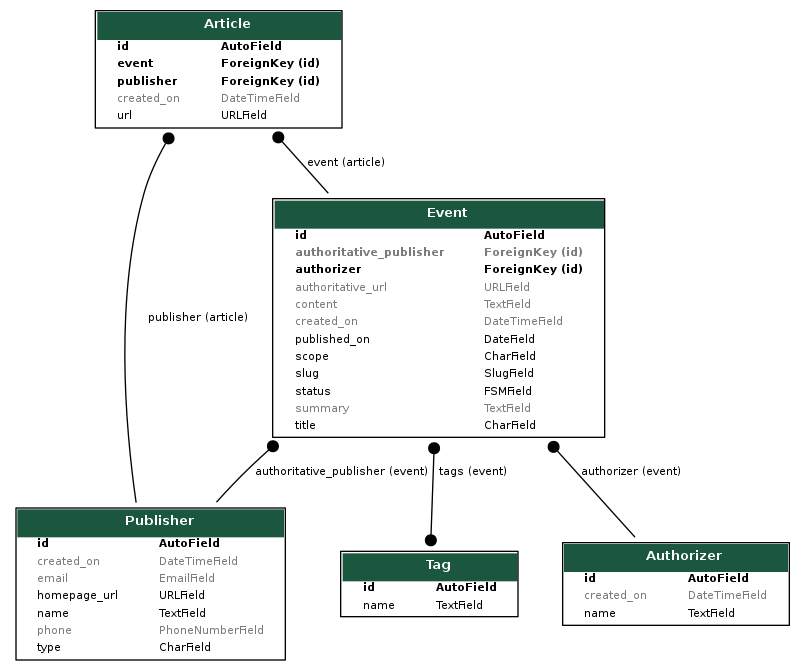
Before: erd.png, a diagram exported from Graphviz (rzwink/ohioready-api). Its source is kept beside it as erd.dot. Its diagram source:
```dot
digraph model_graph {

  fontname = "Roboto"
  fontsize = 8
  splines  = true

  node [
    fontname = "Roboto"
    fontsize = 8
    shape = "plaintext"
  ]

  edge [
    fontname = "Roboto"
    fontsize = 8
  ]



  api_models_article_Article [label=<
    <TABLE BGCOLOR="white" BORDER="1" CELLBORDER="0" CELLSPACING="0">
    <TR><TD COLSPAN="2" CELLPADDING="5" ALIGN="CENTER" BGCOLOR="#1b563f">
    <FONT FACE="Roboto" COLOR="white" POINT-SIZE="10"><B>
    Article
    </B></FONT></TD></TR>


    <TR><TD ALIGN="LEFT" BORDER="0">
    <FONT FACE="Roboto"><B>id</B></FONT>
    </TD><TD ALIGN="LEFT">
    <FONT FACE="Roboto"><B>AutoField</B></FONT>
    </TD></TR>



    <TR><TD ALIGN="LEFT" BORDER="0">
    <FONT FACE="Roboto"><B>event</B></FONT>
    </TD><TD ALIGN="LEFT">
    <FONT FACE="Roboto"><B>ForeignKey (id)</B></FONT>
    </TD></TR>



    <TR><TD ALIGN="LEFT" BORDER="0">
    <FONT FACE="Roboto"><B>publisher</B></FONT>
    </TD><TD ALIGN="LEFT">
    <FONT FACE="Roboto"><B>ForeignKey (id)</B></FONT>
    </TD></TR>



    <TR><TD ALIGN="LEFT" BORDER="0">
    <FONT COLOR="#7B7B7B" FACE="Roboto">created_on</FONT>
    </TD><TD ALIGN="LEFT">
    <FONT COLOR="#7B7B7B" FACE="Roboto">DateTimeField</FONT>
    </TD></TR>



    <TR><TD ALIGN="LEFT" BORDER="0">
    <FONT FACE="Roboto">url</FONT>
    </TD><TD ALIGN="LEFT">
    <FONT FACE="Roboto">URLField</FONT>
    </TD></TR>


    </TABLE>
    >]

  api_models_authorizer_Authorizer [label=<
    <TABLE BGCOLOR="white" BORDER="1" CELLBORDER="0" CELLSPACING="0">
    <TR><TD COLSPAN="2" CELLPADDING="5" ALIGN="CENTER" BGCOLOR="#1b563f">
    <FONT FACE="Roboto" COLOR="white" POINT-SIZE="10"><B>
    Authorizer
    </B></FONT></TD></TR>


    <TR><TD ALIGN="LEFT" BORDER="0">
    <FONT FACE="Roboto"><B>id</B></FONT>
    </TD><TD ALIGN="LEFT">
    <FONT FACE="Roboto"><B>AutoField</B></FONT>
    </TD></TR>



    <TR><TD ALIGN="LEFT" BORDER="0">
    <FONT COLOR="#7B7B7B" FACE="Roboto">created_on</FONT>
    </TD><TD ALIGN="LEFT">
    <FONT COLOR="#7B7B7B" FACE="Roboto">DateTimeField</FONT>
    </TD></TR>



    <TR><TD ALIGN="LEFT" BORDER="0">
    <FONT FACE="Roboto">name</FONT>
    </TD><TD ALIGN="LEFT">
    <FONT FACE="Roboto">TextField</FONT>
    </TD></TR>


    </TABLE>
    >]

  api_models_event_Event [label=<
    <TABLE BGCOLOR="white" BORDER="1" CELLBORDER="0" CELLSPACING="0">
    <TR><TD COLSPAN="2" CELLPADDING="5" ALIGN="CENTER" BGCOLOR="#1b563f">
    <FONT FACE="Roboto" COLOR="white" POINT-SIZE="10"><B>
    Event
    </B></FONT></TD></TR>


    <TR><TD ALIGN="LEFT" BORDER="0">
    <FONT FACE="Roboto"><B>id</B></FONT>
    </TD><TD ALIGN="LEFT">
    <FONT FACE="Roboto"><B>AutoField</B></FONT>
    </TD></TR>



    <TR><TD ALIGN="LEFT" BORDER="0">
    <FONT COLOR="#7B7B7B" FACE="Roboto"><B>authoritative_publisher</B></FONT>
    </TD><TD ALIGN="LEFT">
    <FONT COLOR="#7B7B7B" FACE="Roboto"><B>ForeignKey (id)</B></FONT>
    </TD></TR>



    <TR><TD ALIGN="LEFT" BORDER="0">
    <FONT FACE="Roboto"><B>authorizer</B></FONT>
    </TD><TD ALIGN="LEFT">
    <FONT FACE="Roboto"><B>ForeignKey (id)</B></FONT>
    </TD></TR>



    <TR><TD ALIGN="LEFT" BORDER="0">
    <FONT COLOR="#7B7B7B" FACE="Roboto">authoritative_url</FONT>
    </TD><TD ALIGN="LEFT">
    <FONT COLOR="#7B7B7B" FACE="Roboto">URLField</FONT>
    </TD></TR>



    <TR><TD ALIGN="LEFT" BORDER="0">
    <FONT COLOR="#7B7B7B" FACE="Roboto">content</FONT>
    </TD><TD ALIGN="LEFT">
    <FONT COLOR="#7B7B7B" FACE="Roboto">TextField</FONT>
    </TD></TR>



    <TR><TD ALIGN="LEFT" BORDER="0">
    <FONT COLOR="#7B7B7B" FACE="Roboto">created_on</FONT>
    </TD><TD ALIGN="LEFT">
    <FONT COLOR="#7B7B7B" FACE="Roboto">DateTimeField</FONT>
    </TD></TR>



    <TR><TD ALIGN="LEFT" BORDER="0">
    <FONT FACE="Roboto">published_on</FONT>
    </TD><TD ALIGN="LEFT">
    <FONT FACE="Roboto">DateField</FONT>
    </TD></TR>



    <TR><TD ALIGN="LEFT" BORDER="0">
    <FONT FACE="Roboto">scope</FONT>
    </TD><TD ALIGN="LEFT">
    <FONT FACE="Roboto">CharField</FONT>
    </TD></TR>



    <TR><TD ALIGN="LEFT" BORDER="0">
    <FONT FACE="Roboto">slug</FONT>
    </TD><TD ALIGN="LEFT">
    <FONT FACE="Roboto">SlugField</FONT>
    </TD></TR>



    <TR><TD ALIGN="LEFT" BORDER="0">
    <FONT FACE="Roboto">status</FONT>
    </TD><TD ALIGN="LEFT">
    <FONT FACE="Roboto">FSMField</FONT>
    </TD></TR>



    <TR><TD ALIGN="LEFT" BORDER="0">
    <FONT COLOR="#7B7B7B" FACE="Roboto">summary</FONT>
    </TD><TD ALIGN="LEFT">
    <FONT COLOR="#7B7B7B" FACE="Roboto">TextField</FONT>
    </TD></TR>



    <TR><TD ALIGN="LEFT" BORDER="0">
    <FONT FACE="Roboto">title</FONT>
    </TD><TD ALIGN="LEFT">
    <FONT FACE="Roboto">CharField</FONT>
    </TD></TR>


    </TABLE>
    >]

  api_models_publisher_Publisher [label=<
    <TABLE BGCOLOR="white" BORDER="1" CELLBORDER="0" CELLSPACING="0">
    <TR><TD COLSPAN="2" CELLPADDING="5" ALIGN="CENTER" BGCOLOR="#1b563f">
    <FONT FACE="Roboto" COLOR="white" POINT-SIZE="10"><B>
    Publisher
    </B></FONT></TD></TR>


    <TR><TD ALIGN="LEFT" BORDER="0">
    <FONT FACE="Roboto"><B>id</B></FONT>
    </TD><TD ALIGN="LEFT">
    <FONT FACE="Roboto"><B>AutoField</B></FONT>
    </TD></TR>



    <TR><TD ALIGN="LEFT" BORDER="0">
    <FONT COLOR="#7B7B7B" FACE="Roboto">created_on</FONT>
    </TD><TD ALIGN="LEFT">
    <FONT COLOR="#7B7B7B" FACE="Roboto">DateTimeField</FONT>
    </TD></TR>



    <TR><TD ALIGN="LEFT" BORDER="0">
    <FONT COLOR="#7B7B7B" FACE="Roboto">email</FONT>
    </TD><TD ALIGN="LEFT">
    <FONT COLOR="#7B7B7B" FACE="Roboto">EmailField</FONT>
    </TD></TR>



    <TR><TD ALIGN="LEFT" BORDER="0">
    <FONT FACE="Roboto">homepage_url</FONT>
    </TD><TD ALIGN="LEFT">
    <FONT FACE="Roboto">URLField</FONT>
    </TD></TR>



    <TR><TD ALIGN="LEFT" BORDER="0">
    <FONT FACE="Roboto">name</FONT>
    </TD><TD ALIGN="LEFT">
    <FONT FACE="Roboto">TextField</FONT>
    </TD></TR>



    <TR><TD ALIGN="LEFT" BORDER="0">
    <FONT COLOR="#7B7B7B" FACE="Roboto">phone</FONT>
    </TD><TD ALIGN="LEFT">
    <FONT COLOR="#7B7B7B" FACE="Roboto">PhoneNumberField</FONT>
    </TD></TR>



    <TR><TD ALIGN="LEFT" BORDER="0">
    <FONT FACE="Roboto">type</FONT>
    </TD><TD ALIGN="LEFT">
    <FONT FACE="Roboto">CharField</FONT>
    </TD></TR>


    </TABLE>
    >]

  api_models_tag_Tag [label=<
    <TABLE BGCOLOR="white" BORDER="1" CELLBORDER="0" CELLSPACING="0">
    <TR><TD COLSPAN="2" CELLPADDING="5" ALIGN="CENTER" BGCOLOR="#1b563f">
    <FONT FACE="Roboto" COLOR="white" POINT-SIZE="10"><B>
    Tag
    </B></FONT></TD></TR>


    <TR><TD ALIGN="LEFT" BORDER="0">
    <FONT FACE="Roboto"><B>id</B></FONT>
    </TD><TD ALIGN="LEFT">
    <FONT FACE="Roboto"><B>AutoField</B></FONT>
    </TD></TR>



    <TR><TD ALIGN="LEFT" BORDER="0">
    <FONT FACE="Roboto">name</FONT>
    </TD><TD ALIGN="LEFT">
    <FONT FACE="Roboto">TextField</FONT>
    </TD></TR>


    </TABLE>
    >]





  api_models_article_Article -> api_models_publisher_Publisher
  [label=" publisher (article)"] [arrowhead=none, arrowtail=dot, dir=both];

  api_models_article_Article -> api_models_event_Event
  [label=" event (article)"] [arrowhead=none, arrowtail=dot, dir=both];

  api_models_event_Event -> api_models_publisher_Publisher
  [label=" authoritative_publisher (event)"] [arrowhead=none, arrowtail=dot, dir=both];

  api_models_event_Event -> api_models_authorizer_Authorizer
  [label=" authorizer (event)"] [arrowhead=none, arrowtail=dot, dir=both];

  api_models_event_Event -> api_models_tag_Tag
  [label=" tags (event)"] [arrowhead=dot arrowtail=dot, dir=both];


}
```
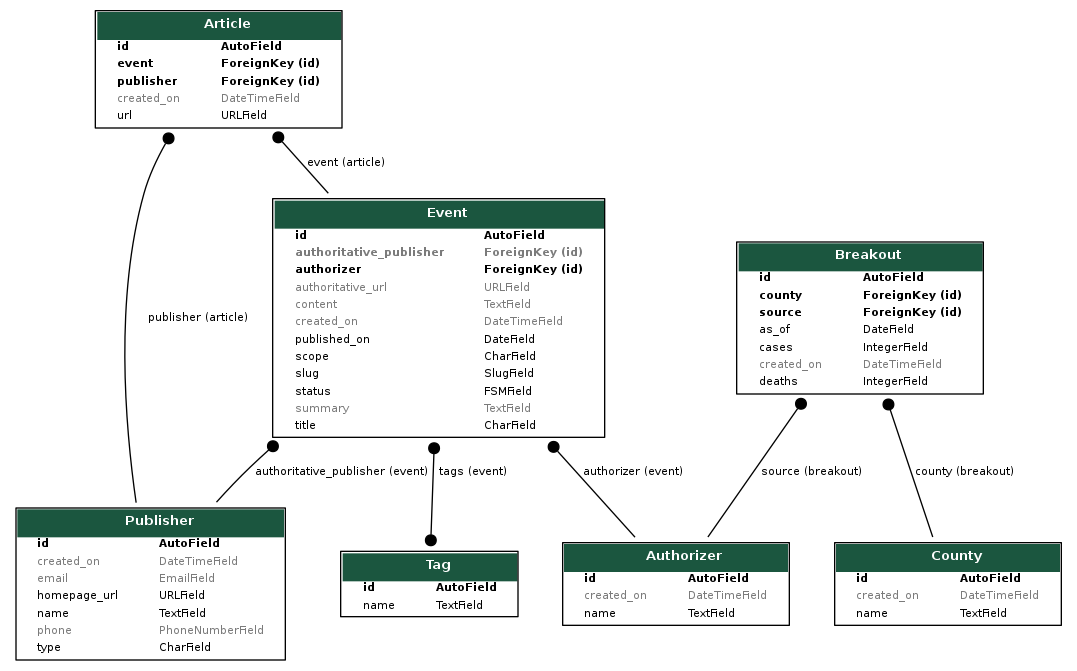
Above is the later version.

What changed in the source:
```diff
@@ -72,6 +72,106 @@
     <TR><TD COLSPAN="2" CELLPADDING="5" ALIGN="CENTER" BGCOLOR="#1b563f">
     <FONT FACE="Roboto" COLOR="white" POINT-SIZE="10"><B>
     Authorizer
+    </B></FONT></TD></TR>
+
+
+    <TR><TD ALIGN="LEFT" BORDER="0">
+    <FONT FACE="Roboto"><B>id</B></FONT>
+    </TD><TD ALIGN="LEFT">
+    <FONT FACE="Roboto"><B>AutoField</B></FONT>
+    </TD></TR>
+
+
+
+    <TR><TD ALIGN="LEFT" BORDER="0">
+    <FONT COLOR="#7B7B7B" FACE="Roboto">created_on</FONT>
+    </TD><TD ALIGN="LEFT">
+    <FONT COLOR="#7B7B7B" FACE="Roboto">DateTimeField</FONT>
+    </TD></TR>
+
+
+
+    <TR><TD ALIGN="LEFT" BORDER="0">
+    <FONT FACE="Roboto">name</FONT>
+    </TD><TD ALIGN="LEFT">
+    <FONT FACE="Roboto">TextField</FONT>
+    </TD></TR>
+
+
+    </TABLE>
+    >]
+
+  api_models_breakout_Breakout [label=<
+    <TABLE BGCOLOR="white" BORDER="1" CELLBORDER="0" CELLSPACING="0">
+    <TR><TD COLSPAN="2" CELLPADDING="5" ALIGN="CENTER" BGCOLOR="#1b563f">
+    <FONT FACE="Roboto" COLOR="white" POINT-SIZE="10"><B>
+    Breakout
+    </B></FONT></TD></TR>
+
+
+    <TR><TD ALIGN="LEFT" BORDER="0">
+    <FONT FACE="Roboto"><B>id</B></FONT>
+    </TD><TD ALIGN="LEFT">
+    <FONT FACE="Roboto"><B>AutoField</B></FONT>
+    </TD></TR>
+
+
+
+    <TR><TD ALIGN="LEFT" BORDER="0">
+    <FONT FACE="Roboto"><B>county</B></FONT>
+    </TD><TD ALIGN="LEFT">
+    <FONT FACE="Roboto"><B>ForeignKey (id)</B></FONT>
+    </TD></TR>
+
+
+
+    <TR><TD ALIGN="LEFT" BORDER="0">
+    <FONT FACE="Roboto"><B>source</B></FONT>
+    </TD><TD ALIGN="LEFT">
+    <FONT FACE="Roboto"><B>ForeignKey (id)</B></FONT>
+    </TD></TR>
+
+
+
+    <TR><TD ALIGN="LEFT" BORDER="0">
+    <FONT FACE="Roboto">as_of</FONT>
+    </TD><TD ALIGN="LEFT">
+    <FONT FACE="Roboto">DateField</FONT>
+    </TD></TR>
+
+
+
+    <TR><TD ALIGN="LEFT" BORDER="0">
+    <FONT FACE="Roboto">cases</FONT>
+    </TD><TD ALIGN="LEFT">
+    <FONT FACE="Roboto">IntegerField</FONT>
+    </TD></TR>
+
+
+
+    <TR><TD ALIGN="LEFT" BORDER="0">
+    <FONT COLOR="#7B7B7B" FACE="Roboto">created_on</FONT>
+    </TD><TD ALIGN="LEFT">
+    <FONT COLOR="#7B7B7B" FACE="Roboto">DateTimeField</FONT>
+    </TD></TR>
+
+
+
+    <TR><TD ALIGN="LEFT" BORDER="0">
+    <FONT FACE="Roboto">deaths</FONT>
+    </TD><TD ALIGN="LEFT">
+    <FONT FACE="Roboto">IntegerField</FONT>
+    </TD></TR>
+
+
+    </TABLE>
+    >]
+
+  api_models_county_County [label=<
+    <TABLE BGCOLOR="white" BORDER="1" CELLBORDER="0" CELLSPACING="0">
+    <TR><TD COLSPAN="2" CELLPADDING="5" ALIGN="CENTER" BGCOLOR="#1b563f">
+    <FONT FACE="Roboto" COLOR="white" POINT-SIZE="10"><B>
+    County
     </B></FONT></TD></TR>
 
 
@@ -309,6 +409,12 @@
   api_models_article_Article -> api_models_event_Event
   [label=" event (article)"] [arrowhead=none, arrowtail=dot, dir=both];
 
+  api_models_breakout_Breakout -> api_models_county_County
+  [label=" county (breakout)"] [arrowhead=none, arrowtail=dot, dir=both];
+
+  api_models_breakout_Breakout -> api_models_authorizer_Authorizer
+  [label=" source (breakout)"] [arrowhead=none, arrowtail=dot, dir=both];
+
   api_models_event_Event -> api_models_publisher_Publisher
   [label=" authoritative_publisher (event)"] [arrowhead=none, arrowtail=dot, dir=both];
 
```
